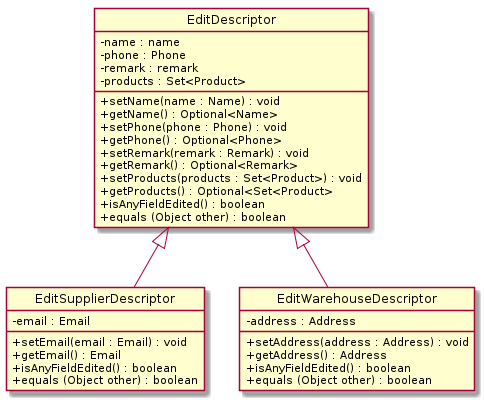
tohyuting/tp keeps this PlantUML diagram as docs/images/EditDescriptorClassDiagram.png. Above is the earlier version. Its diagram source:
```plantuml
@startuml
skinparam backgroundColor #ffffff
skinparam classAttributeIconSize 0
hide circle

class EditDescriptor {
    - name : name
    - phone : Phone
    - remark : remark
    - products : Set<Product>

    + setName(name : Name) : void
    + getName() : Optional<Name>
    + setPhone(phone : Phone) : void
    + getPhone() : Optional<Phone>
    + setRemark(remark : Remark) : void
    + getRemark() : Optional<Remark>
    + setProducts(products : Set<Product>) : void
    + getProducts() : Optional<Set<Product>
    + isAnyFieldEdited() : boolean
    + equals (Object other) : boolean
}

class EditSupplierDescriptor extends EditDescriptor {
    - email : Email

    + setEmail(email : Email) : void
    + getEmail() : Email
    + isAnyFieldEdited() : boolean
    + equals (Object other) : boolean
}

class EditWarehouseDescriptor extends EditDescriptor {
    - address : Address

    + setAddress(address : Address) : void
    + getAddress() : Address
    + isAnyFieldEdited() : boolean
    + equals (Object other) : boolean
}

@enduml
```
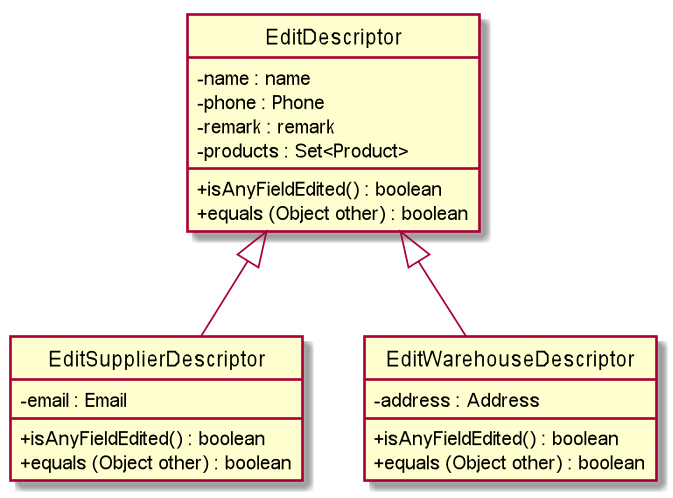
Later version of the same file.

Change to the diagram source:
```diff
@@ -9,14 +9,6 @@
     - remark : remark
     - products : Set<Product>
 
-    + setName(name : Name) : void
-    + getName() : Optional<Name>
-    + setPhone(phone : Phone) : void
-    + getPhone() : Optional<Phone>
-    + setRemark(remark : Remark) : void
-    + getRemark() : Optional<Remark>
-    + setProducts(products : Set<Product>) : void
-    + getProducts() : Optional<Set<Product>
     + isAnyFieldEdited() : boolean
     + equals (Object other) : boolean
 }
@@ -24,8 +16,6 @@
 class EditSupplierDescriptor extends EditDescriptor {
     - email : Email
 
-    + setEmail(email : Email) : void
-    + getEmail() : Email
     + isAnyFieldEdited() : boolean
     + equals (Object other) : boolean
 }
@@ -33,8 +23,6 @@
 class EditWarehouseDescriptor extends EditDescriptor {
     - address : Address
 
-    + setAddress(address : Address) : void
-    + getAddress() : Address
     + isAnyFieldEdited() : boolean
     + equals (Object other) : boolean
 }
```
